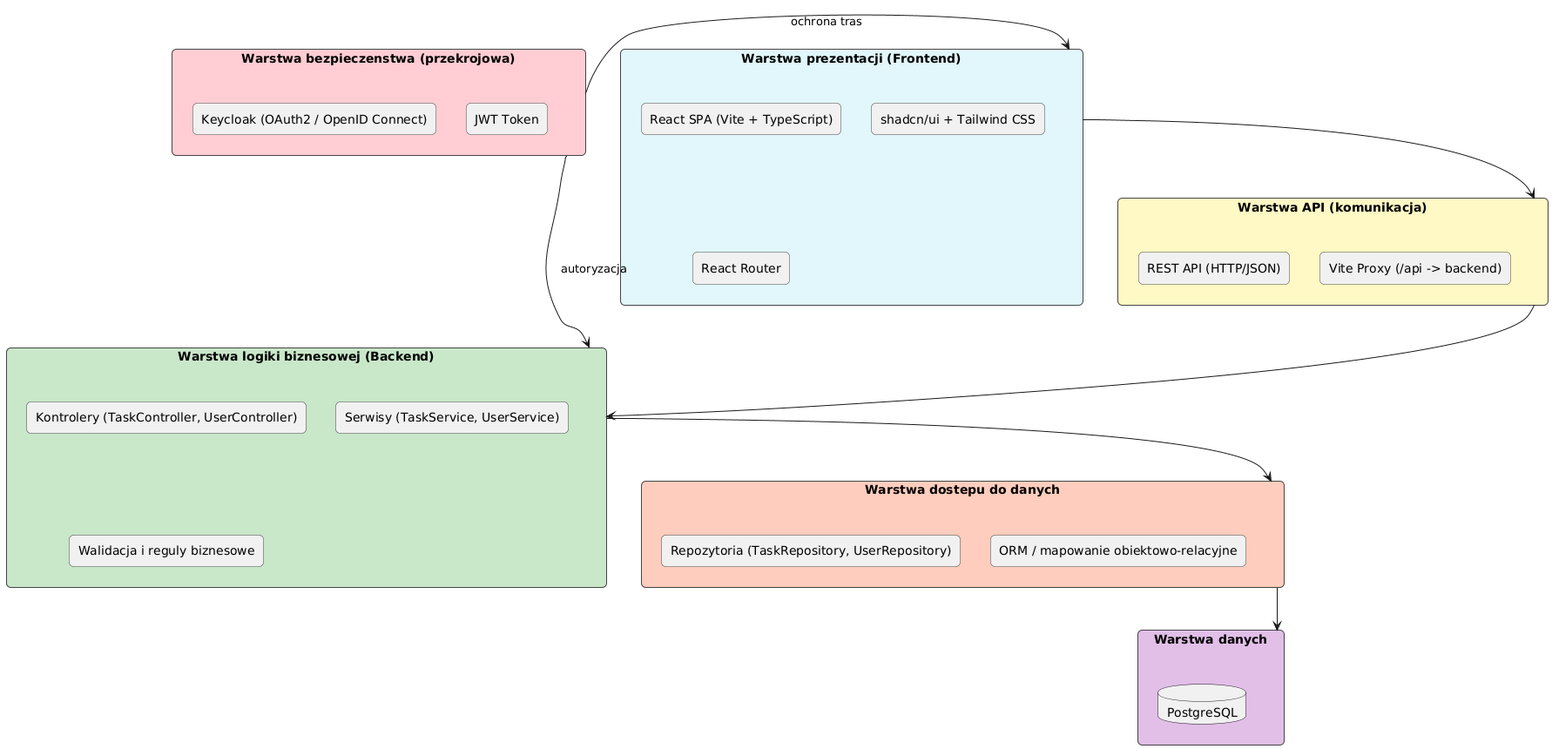
codingbart/todoapp keeps this PlantUML diagram as diagrams/diagram_warstw.png. Above is the earlier version.
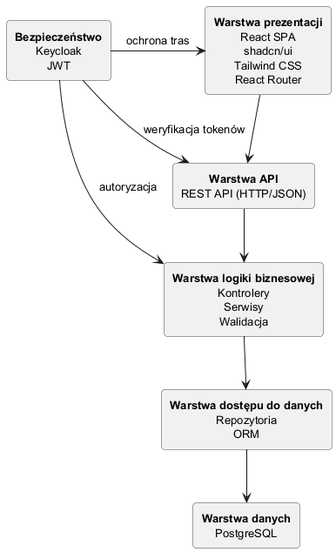
Above is the later version.

Diff of the diagram source:
```diff
@@ -1,38 +1,18 @@
 @startuml
-skinparam rectangleRoundCorner 10
+skinparam rectangleRoundCorner 8
 skinparam rectangleBorderColor #444
-skinparam packageStyle frame
+skinparam defaultTextAlignment center
+skinparam rectangleFontSize 13
 
-rectangle "Warstwa prezentacji (Frontend)" as presentation #E0F7FA {
-    rectangle "React SPA (Vite + TypeScript)" as react
-    rectangle "shadcn/ui + Tailwind CSS" as ui
-    rectangle "React Router" as routing
+together {
+    rectangle "<b>Warstwa prezentacji</b>\nReact SPA\nshadcn/ui\nTailwind CSS\nReact Router" as presentation
+    rectangle "<b>Warstwa API</b>\nREST API (HTTP/JSON)" as api_layer
+    rectangle "<b>Warstwa logiki biznesowej</b>\nKontrolery\nSerwisy\nWalidacja" as business
+    rectangle "<b>Warstwa dostępu do danych</b>\nRepozytoria\nORM" as data_access
+    rectangle "<b>Warstwa danych</b>\nPostgreSQL" as data
 }
 
-rectangle "Warstwa API (komunikacja)" as api_layer #FFF9C4 {
-    rectangle "REST API (HTTP/JSON)" as rest
-    rectangle "Vite Proxy (/api -> backend)" as proxy
-}
-
-rectangle "Warstwa logiki biznesowej (Backend)" as business #C8E6C9 {
-    rectangle "Kontrolery (TaskController, UserController)" as controllers
-    rectangle "Serwisy (TaskService, UserService)" as services
-    rectangle "Walidacja i reguly biznesowe" as validation
-}
-
-rectangle "Warstwa dostepu do danych" as data_access #FFCCBC {
-    rectangle "Repozytoria (TaskRepository, UserRepository)" as repos
-    rectangle "ORM / mapowanie obiektowo-relacyjne" as orm
-}
-
-rectangle "Warstwa danych" as data #E1BEE7 {
-    database "PostgreSQL" as db
-}
-
-rectangle "Warstwa bezpieczenstwa (przekrojowa)" as security #FFCDD2 {
-    rectangle "Keycloak (OAuth2 / OpenID Connect)" as kc
-    rectangle "JWT Token" as jwt
-}
+rectangle "<b>Bezpieczeństwo</b>\nKeycloak\nJWT" as security
 
 presentation -down-> api_layer
 api_layer -down-> business
@@ -40,6 +20,7 @@
 data_access -down-> data
 
 security -right-> presentation : ochrona tras
+security -right-> api_layer : weryfikacja tokenów
 security -right-> business : autoryzacja
 
 @enduml
```
